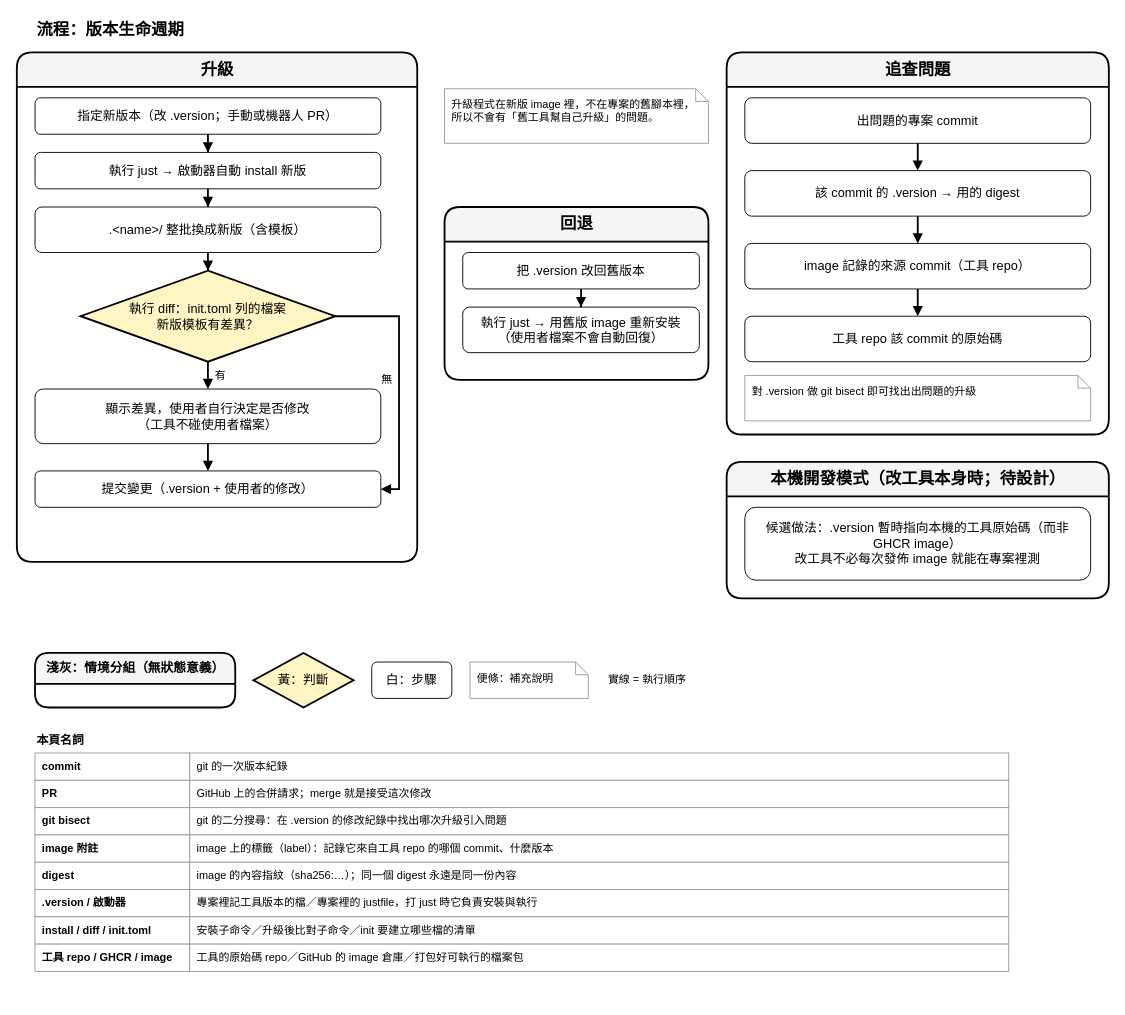
The draw.io diagram page "4. 流程：版本生命週期" (4 of 7) of dist_distribution.drawio in ycpss91255-research/vendor_kit, before the edit. Source tidied: cells renumbered, new cells numbered last; positions are measured from the earlier drawing's top-left corner, leaving out a move shared by most shapes. Both pictures are drawn from the tidied source at 91%, with x=0, y=0 at pixel (16, 15).
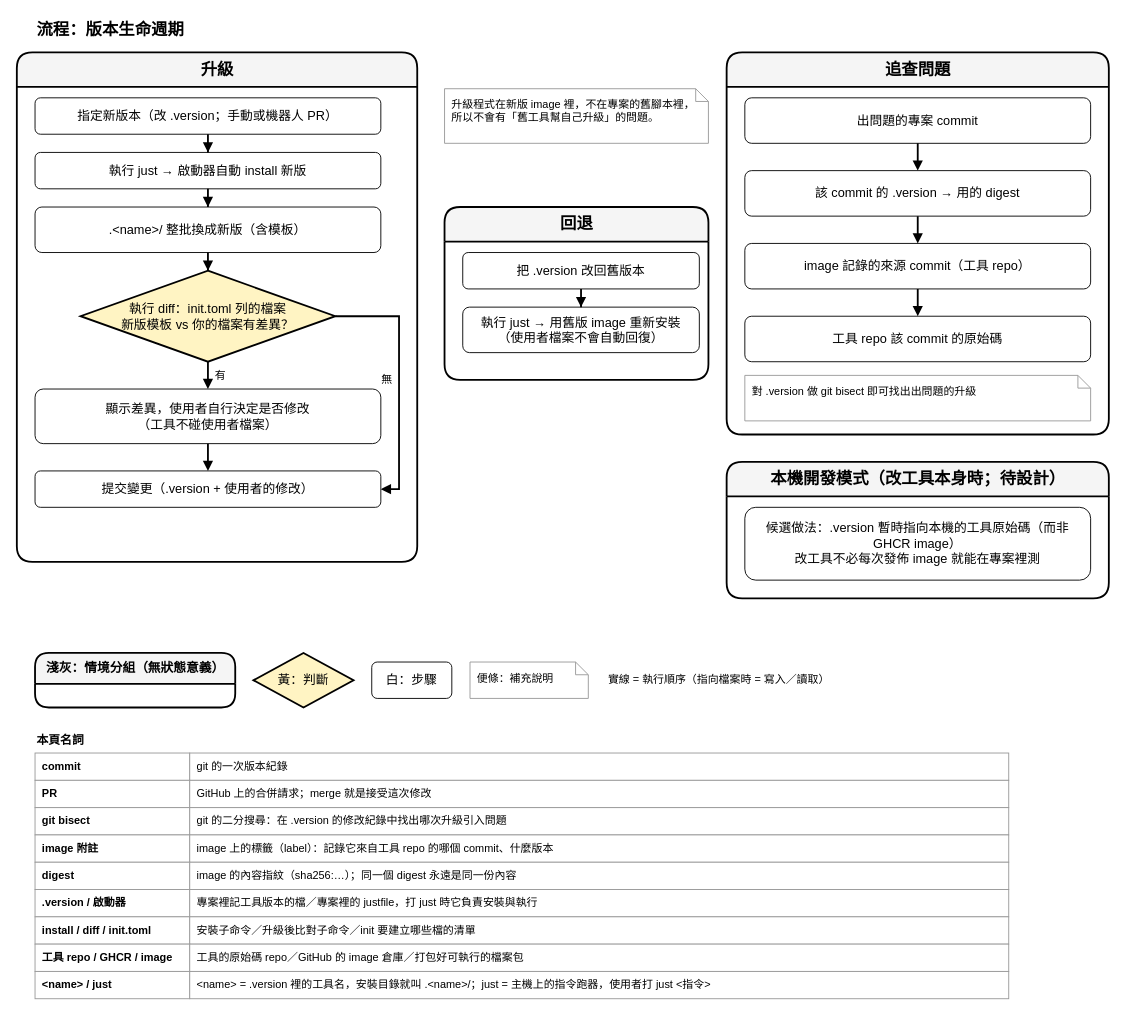
The same diagram, later.

Unchanged cells that the change refers to:
```xml
<mxCell id="3" value="升級" style="swimlane;html=1;rounded=1;startSize=38;fontStyle=1;fontSize=18;fillColor=#f5f5f5;swimlaneFillColor=#ffffff;strokeColor=#000000;strokeWidth=2;" parent="1" vertex="1">
  <mxGeometry y="40" width="440" height="560" as="geometry" />
</mxCell>
```

The edit, as a diff of the source:
```diff
@@
-    <mxCell id="7" value="執行 diff：init.toml 列的檔案&lt;br&gt;新版模板有差異？" style="rhombus;whiteSpace=wrap;html=1;fillColor=#FFF4C3;strokeColor=#000000;strokeWidth=2;fontSize=14;" parent="3" vertex="1">
+    <mxCell id="7" value="執行 diff：init.toml 列的檔案&lt;br&gt;新版模板 vs 你的檔案有差異？" style="rhombus;whiteSpace=wrap;html=1;fillColor=#FFF4C3;strokeColor=#000000;strokeWidth=2;fontSize=14;" parent="3" vertex="1">
       <mxGeometry x="70" y="240" width="280" height="100" as="geometry" />
     </mxCell>
@@
-    <mxCell id="36" value="實線 = 執行順序" style="text;html=1;whiteSpace=wrap;align=center;verticalAlign=middle;fontSize=12;strokeColor=none;fillColor=none;align=left;" parent="1" vertex="1">
-      <mxGeometry x="648" y="700" width="200" height="60" as="geometry" />
+    <mxCell id="36" value="實線 = 執行順序（指向檔案時 = 寫入／讀取）" style="text;html=1;whiteSpace=wrap;align=center;verticalAlign=middle;fontSize=12;strokeColor=none;fillColor=none;align=left;" parent="1" vertex="1">
+      <mxGeometry x="648" y="700" width="300" height="60" as="geometry" />
     </mxCell>
@@
+    <mxCell id="54" value="&amp;lt;name&amp;gt; / just" style="rounded=0;whiteSpace=wrap;html=1;fillColor=#ffffff;strokeColor=#999999;fontSize=12;fontStyle=1;align=left;spacingLeft=6;strokeWidth=1;" parent="1" vertex="1">
+      <mxGeometry x="20" y="1050" width="170" height="30" as="geometry" />
+    </mxCell>
+    <mxCell id="55" value="&amp;lt;name&amp;gt; = .version 裡的工具名，安裝目錄就叫 .&amp;lt;name&amp;gt;/；just = 主機上的指令跑器，使用者打 just &amp;lt;指令&amp;gt;" style="rounded=0;whiteSpace=wrap;html=1;fillColor=#ffffff;strokeColor=#999999;fontSize=12;align=left;spacingLeft=6;strokeWidth=1;" parent="1" vertex="1">
+      <mxGeometry x="190" y="1050" width="900" height="30" as="geometry" />
+    </mxCell>
```
